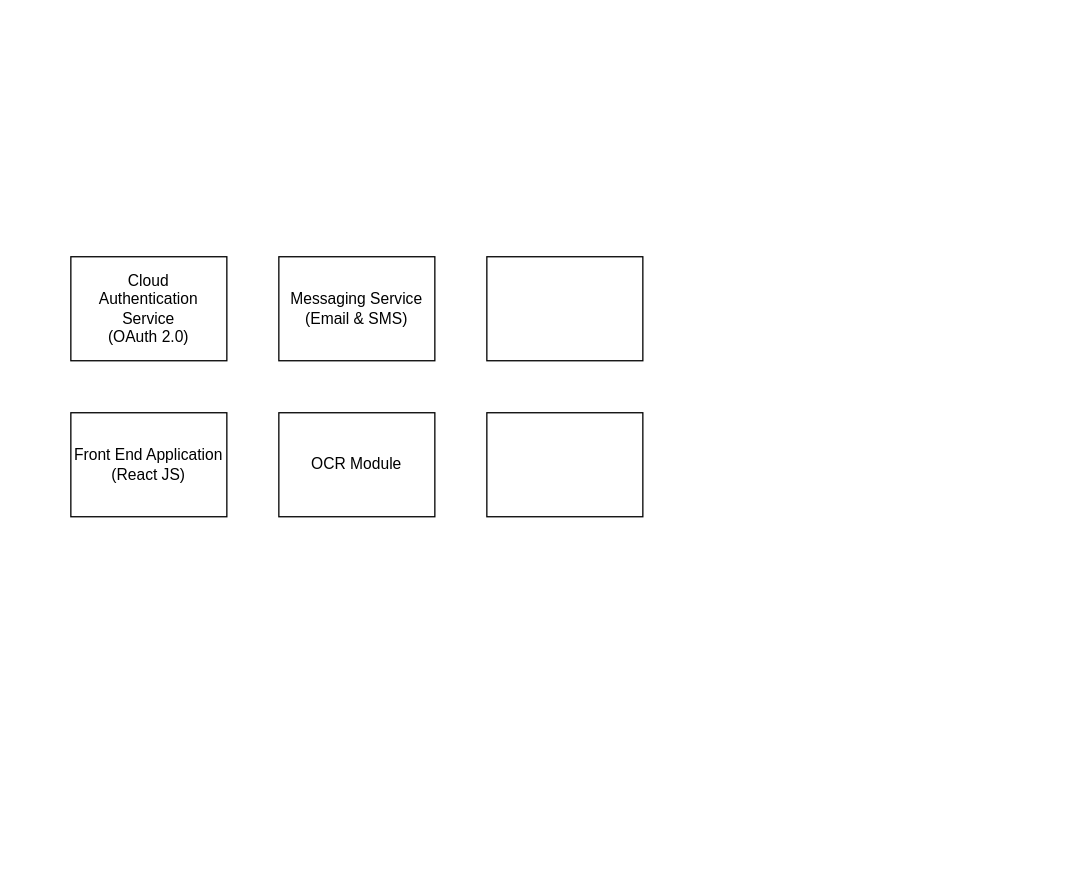
The draw.io diagram Huawei Cloud Diagram.drawio in iceyokuna/HuaweiCloudPOC, before the edit. Source tidied: cells renumbered, new cells numbered last; positions are measured from the earlier drawing's top-left corner, leaving out a move shared by most shapes. Both pictures are drawn from the tidied source at 130%, with x=0, y=0 at pixel (70, 256).
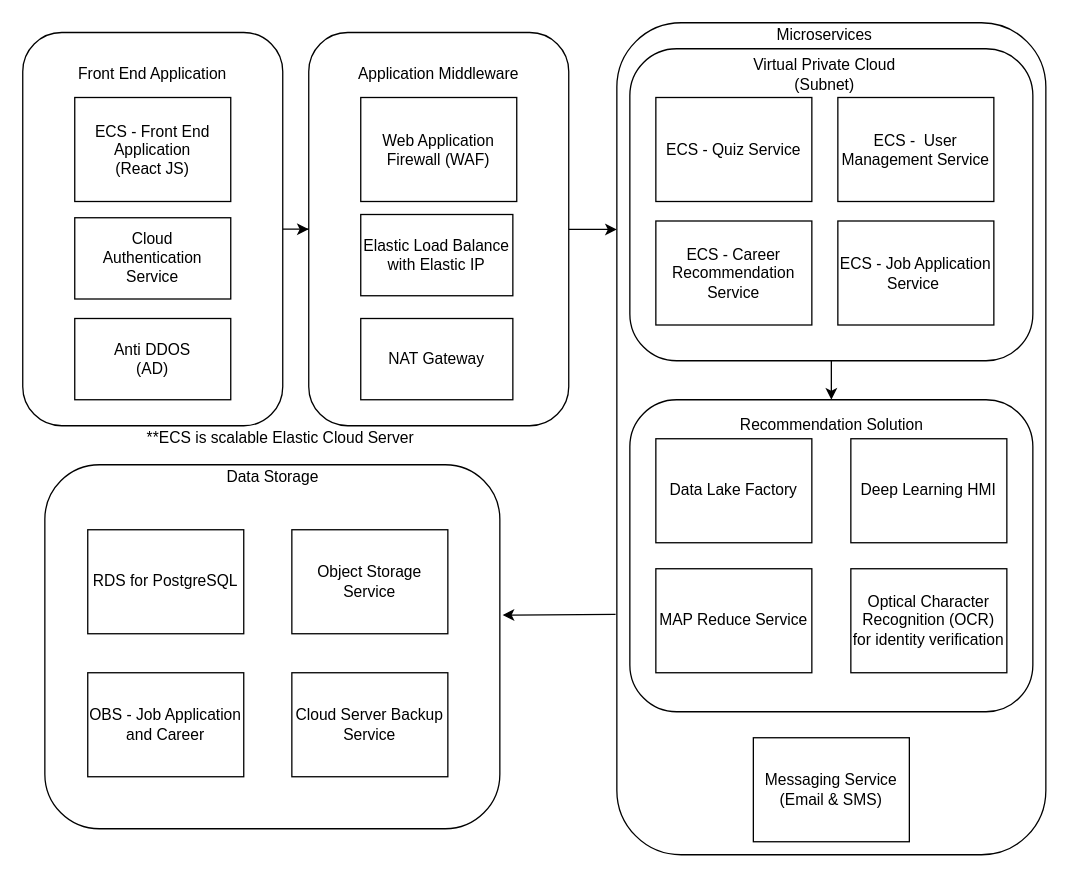
The same page after the edit.

Diff of the diagram source:
```diff
@@
+    <mxCell id="8" style="rounded=1;whiteSpace=wrap;html=1;" parent="1" vertex="1">
+      <mxGeometry x="420" y="-180" width="330" height="640" as="geometry" />
+    </mxCell>
+    <mxCell id="9" style="rounded=1;whiteSpace=wrap;html=1;" parent="1" vertex="1">
+      <mxGeometry x="430" y="-160" width="310" height="240" as="geometry" />
+    </mxCell>
+    <mxCell id="10" style="edgeStyle=orthogonalEdgeStyle;rounded=0;jettySize=auto;html=1;" parent="1" edge="1" source="11">
+      <mxGeometry relative="1" as="geometry">
+        <mxPoint x="420" y="-21" as="targetPoint" />
+        <Array as="points">
+          <mxPoint x="420" y="-21" />
+        </Array>
+      </mxGeometry>
+    </mxCell>
+    <mxCell id="11" style="rounded=1;whiteSpace=wrap;html=1;" parent="1" vertex="1">
+      <mxGeometry x="183" y="-172.5" width="200" height="302.5" as="geometry" />
+    </mxCell>
+    <mxCell id="12" style="edgeStyle=orthogonalEdgeStyle;rounded=0;jettySize=auto;html=1;" parent="1" edge="1" source="13" target="11">
+      <mxGeometry relative="1" as="geometry" />
+    </mxCell>
+    <mxCell id="13" style="rounded=1;whiteSpace=wrap;html=1;" parent="1" vertex="1">
+      <mxGeometry x="-37" y="-172.5" width="200" height="302.5" as="geometry" />
+    </mxCell>
-    <mxCell id="2" value="Cloud&lt;br&gt;Authentication Service&lt;br&gt;(OAuth 2.0)" style="rounded=0;whiteSpace=wrap;html=1;" parent="1" vertex="1">
-      <mxGeometry width="120" height="80" as="geometry" />
+    <mxCell id="2" value="Cloud&lt;br&gt;Authentication Service&lt;br&gt;" style="rounded=0;whiteSpace=wrap;html=1;" parent="1" vertex="1">
+      <mxGeometry x="3" y="-30" width="120" height="62.5" as="geometry" />
     </mxCell>
-    <mxCell id="3" value="Front End Application&lt;br&gt;(React JS)" style="rounded=0;whiteSpace=wrap;html=1;" parent="1" vertex="1">
-      <mxGeometry y="120" width="120" height="80" as="geometry" />
+    <mxCell id="3" value="ECS - Front End Application&lt;br&gt;(React JS)" style="rounded=0;whiteSpace=wrap;html=1;" parent="1" vertex="1">
+      <mxGeometry x="3" y="-122.5" width="120" height="80" as="geometry" />
     </mxCell>
     <mxCell id="4" value="Messaging Service (Email &amp;amp; SMS)" style="rounded=0;whiteSpace=wrap;html=1;" parent="1" vertex="1">
-      <mxGeometry x="160" width="120" height="80" as="geometry" />
+      <mxGeometry x="525" y="370" width="120" height="80" as="geometry" />
     </mxCell>
+    <mxCell id="14" value="Elastic Load Balance&lt;br&gt;with Elastic IP" style="rounded=0;whiteSpace=wrap;html=1;" parent="1" vertex="1">
+      <mxGeometry x="223" y="-32.5" width="117" height="62.5" as="geometry" />
+    </mxCell>
+    <mxCell id="15" value="Web Application Firewall (WAF)" style="rounded=0;whiteSpace=wrap;html=1;" parent="1" vertex="1">
+      <mxGeometry x="223" y="-122.5" width="120" height="80" as="geometry" />
+    </mxCell>
+    <mxCell id="16" style="rounded=1;whiteSpace=wrap;html=1;" parent="1" vertex="1">
+      <mxGeometry x="430" y="110" width="310" height="240" as="geometry" />
+    </mxCell>
+    <mxCell id="17" style="endArrow=classic;html=1;exitX=0.5;exitY=1;exitDx=0;exitDy=0;entryX=0.5;entryY=0;entryDx=0;entryDy=0;" parent="1" edge="1" source="9" target="16">
+      <mxGeometry relative="1" as="geometry" />
+    </mxCell>
-    <mxCell id="5" value="OCR Module" style="rounded=0;whiteSpace=wrap;html=1;" parent="1" vertex="1">
-      <mxGeometry x="160" y="120" width="120" height="80" as="geometry" />
+    <mxCell id="5" value="Optical Character Recognition (OCR) for identity verification" style="rounded=0;whiteSpace=wrap;html=1;" parent="1" vertex="1">
+      <mxGeometry x="600" y="240" width="120" height="80" as="geometry" />
     </mxCell>
-    <mxCell id="6" style="rounded=0;whiteSpace=wrap;html=1;" parent="1" vertex="1">
-      <mxGeometry x="320" width="120" height="80" as="geometry" />
-    </mxCell>
-    <mxCell id="7" style="rounded=0;whiteSpace=wrap;html=1;" parent="1" vertex="1">
-      <mxGeometry x="320" y="120" width="120" height="80" as="geometry" />
+    <mxCell id="7" value="Data Lake Factory" style="rounded=0;whiteSpace=wrap;html=1;" parent="1" vertex="1">
+      <mxGeometry x="450" y="140" width="120" height="80" as="geometry" />
     </mxCell>
+    <mxCell id="18" value="MAP Reduce Service" style="rounded=0;whiteSpace=wrap;html=1;" parent="1" vertex="1">
+      <mxGeometry x="450" y="240" width="120" height="80" as="geometry" />
+    </mxCell>
+    <mxCell id="19" value="Deep Learning HMI" style="rounded=0;whiteSpace=wrap;html=1;" parent="1" vertex="1">
+      <mxGeometry x="600" y="140" width="120" height="80" as="geometry" />
+    </mxCell>
+    <mxCell id="20" style="rounded=1;whiteSpace=wrap;html=1;" parent="1" vertex="1">
+      <mxGeometry x="-20" y="160" width="350" height="280" as="geometry" />
+    </mxCell>
+    <mxCell id="21" style="endArrow=classic;html=1;exitX=-0.003;exitY=0.711;exitDx=0;exitDy=0;exitPerimeter=0;entryX=1.006;entryY=0.413;entryDx=0;entryDy=0;entryPerimeter=0;" parent="1" edge="1" source="8" target="20">
+      <mxGeometry relative="1" as="geometry" />
+    </mxCell>
+    <mxCell id="22" value="ECS - Quiz Service" style="rounded=0;whiteSpace=wrap;html=1;" parent="1" vertex="1">
+      <mxGeometry x="450" y="-122.5" width="120" height="80" as="geometry" />
+    </mxCell>
+    <mxCell id="23" value="ECS - &amp;nbsp;User Management Service" style="rounded=0;whiteSpace=wrap;html=1;" parent="1" vertex="1">
+      <mxGeometry x="590" y="-122.5" width="120" height="80" as="geometry" />
+    </mxCell>
+    <mxCell id="24" value="ECS - Career Recommendation Service" style="rounded=0;whiteSpace=wrap;html=1;" parent="1" vertex="1">
+      <mxGeometry x="450" y="-27.5" width="120" height="80" as="geometry" />
+    </mxCell>
+    <mxCell id="25" value="ECS - Job Application Service&amp;nbsp;" style="rounded=0;whiteSpace=wrap;html=1;" parent="1" vertex="1">
+      <mxGeometry x="590" y="-27.5" width="120" height="80" as="geometry" />
+    </mxCell>
+    <mxCell id="26" value="Microservices" style="text;html=1;strokeColor=none;fillColor=none;align=center;verticalAlign=middle;whiteSpace=wrap;rounded=0;" parent="1" vertex="1">
+      <mxGeometry x="560" y="-180" width="40" height="20" as="geometry" />
+    </mxCell>
+    <mxCell id="27" value="Virtual Private Cloud (Subnet)" style="text;html=1;strokeColor=none;fillColor=none;align=center;verticalAlign=middle;whiteSpace=wrap;rounded=0;" parent="1" vertex="1">
+      <mxGeometry x="510" y="-150" width="140" height="20" as="geometry" />
+    </mxCell>
+    <mxCell id="28" value="Application Middleware" style="text;html=1;strokeColor=none;fillColor=none;align=center;verticalAlign=middle;whiteSpace=wrap;rounded=0;" parent="1" vertex="1">
+      <mxGeometry x="213" y="-150" width="140" height="20" as="geometry" />
+    </mxCell>
+    <mxCell id="29" value="Front End Application" style="text;html=1;strokeColor=none;fillColor=none;align=center;verticalAlign=middle;whiteSpace=wrap;rounded=0;" parent="1" vertex="1">
+      <mxGeometry x="-7" y="-150" width="140" height="20" as="geometry" />
+    </mxCell>
+    <mxCell id="30" value="Recommendation Solution" style="text;html=1;strokeColor=none;fillColor=none;align=center;verticalAlign=middle;whiteSpace=wrap;rounded=0;" parent="1" vertex="1">
+      <mxGeometry x="492.5" y="120" width="185" height="20" as="geometry" />
+    </mxCell>
+    <mxCell id="31" value="Data Storage" style="text;html=1;strokeColor=none;fillColor=none;align=center;verticalAlign=middle;whiteSpace=wrap;rounded=0;" parent="1" vertex="1">
+      <mxGeometry x="62.5" y="160" width="185" height="20" as="geometry" />
+    </mxCell>
+    <mxCell id="32" value="Anti DDOS&lt;br&gt;(AD)" style="rounded=0;whiteSpace=wrap;html=1;" parent="1" vertex="1">
+      <mxGeometry x="3" y="47.5" width="120" height="62.5" as="geometry" />
+    </mxCell>
+    <mxCell id="33" value="NAT Gateway" style="rounded=0;whiteSpace=wrap;html=1;" parent="1" vertex="1">
+      <mxGeometry x="223" y="47.5" width="117" height="62.5" as="geometry" />
+    </mxCell>
+    <mxCell id="34" value="**ECS is scalable Elastic Cloud Server" style="text;html=1;strokeColor=none;fillColor=none;align=center;verticalAlign=middle;whiteSpace=wrap;rounded=0;" parent="1" vertex="1">
+      <mxGeometry x="-22" y="130" width="367" height="20" as="geometry" />
+    </mxCell>
+    <mxCell id="35" value="RDS for PostgreSQL" style="rounded=0;whiteSpace=wrap;html=1;" parent="1" vertex="1">
+      <mxGeometry x="13" y="210" width="120" height="80" as="geometry" />
+    </mxCell>
+    <mxCell id="36" value="Object Storage Service" style="rounded=0;whiteSpace=wrap;html=1;" parent="1" vertex="1">
+      <mxGeometry x="170" y="210" width="120" height="80" as="geometry" />
+    </mxCell>
+    <mxCell id="37" value="OBS - Job Application and Career" style="rounded=0;whiteSpace=wrap;html=1;" parent="1" vertex="1">
+      <mxGeometry x="13" y="320" width="120" height="80" as="geometry" />
+    </mxCell>
+    <mxCell id="38" value="Cloud Server Backup Service" style="rounded=0;whiteSpace=wrap;html=1;" parent="1" vertex="1">
+      <mxGeometry x="170" y="320" width="120" height="80" as="geometry" />
+    </mxCell>
```
